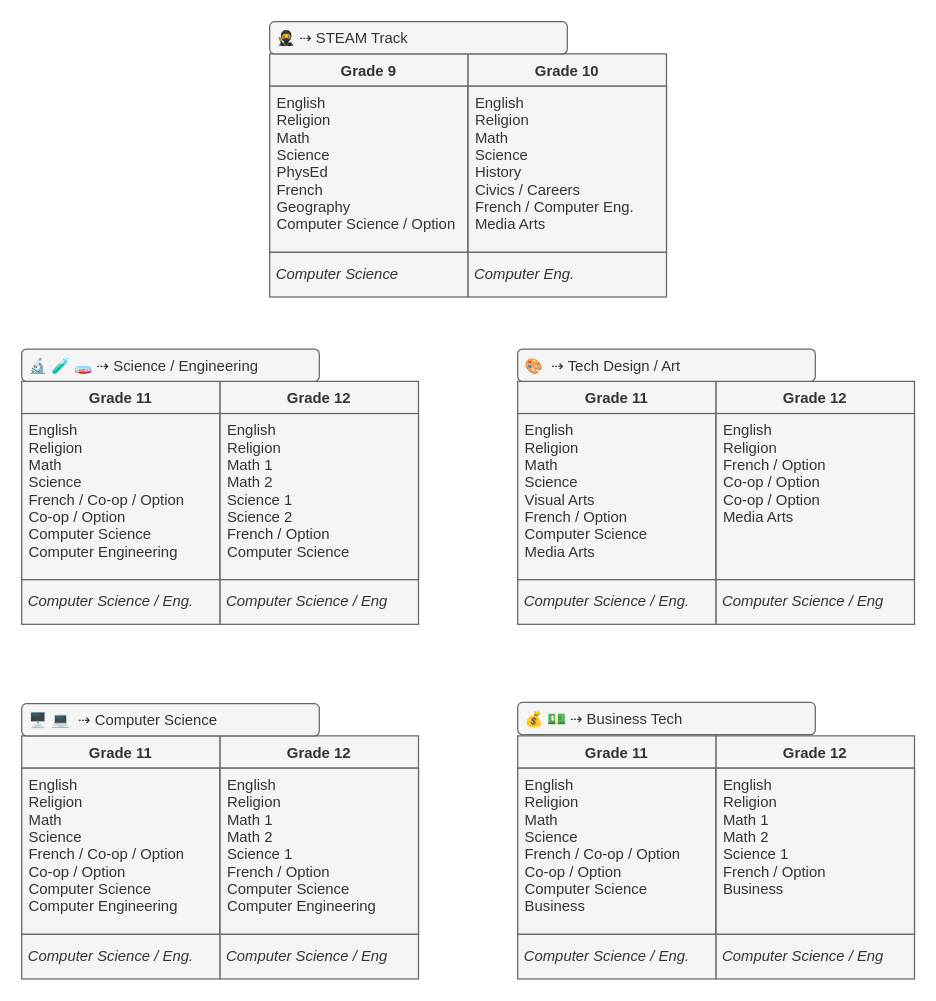
Above: STEAM.drawio in Mr-Coxall/STEAM (draw.io), before the change. Source tidied: cells renumbered, new cells numbered last; positions are measured from the earlier drawing's top-left corner, leaving out a move shared by most shapes. Both pictures are drawn from the tidied source at 124%, with x=0, y=0 at pixel (21, 21).
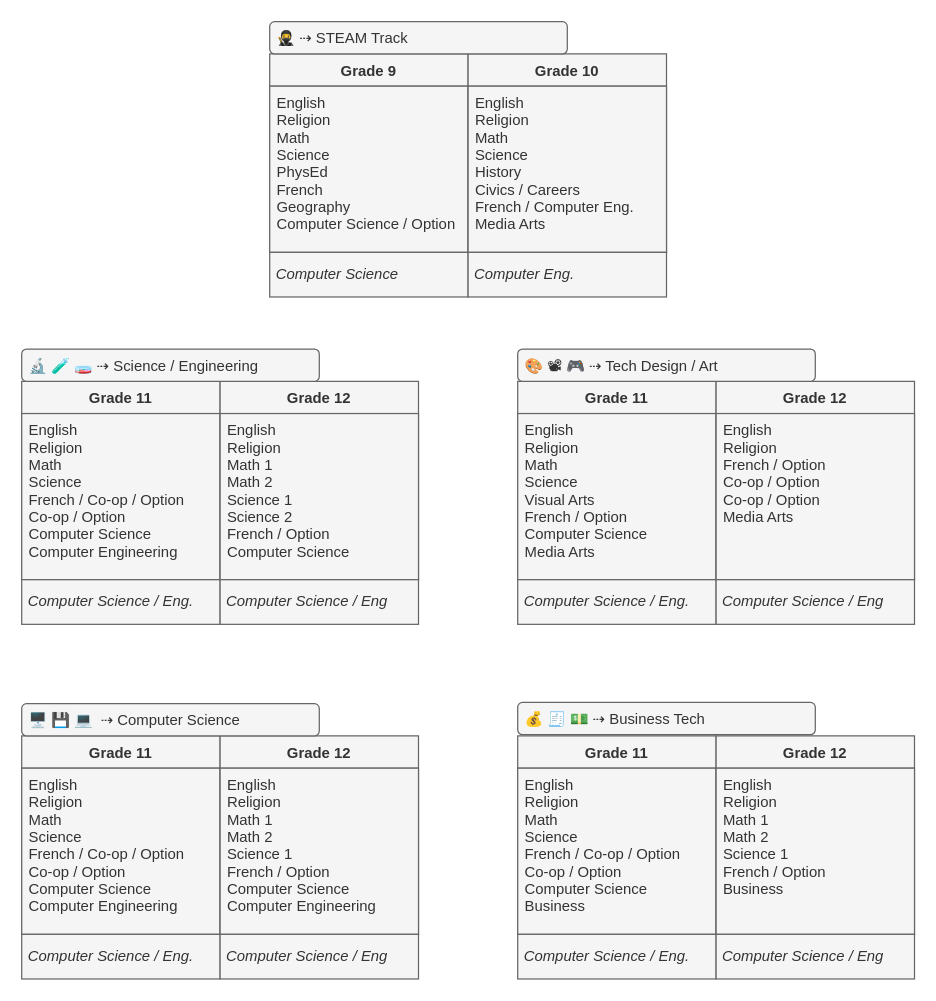
The same diagram, later.

What changed in the source:
```diff
@@
-    <mxCell id="35" value="🎨  ⇢ Tech Design / Art" style="text;strokeColor=#666666;fillColor=#f5f5f5;align=left;verticalAlign=top;spacingLeft=4;spacingRight=4;overflow=hidden;fontColor=#333333;rounded=1;" parent="1" vertex="1">
+    <mxCell id="35" value="🎨 📽 🎮 ⇢ Tech Design / Art" style="text;strokeColor=#666666;fillColor=#f5f5f5;align=left;verticalAlign=top;spacingLeft=4;spacingRight=4;overflow=hidden;fontColor=#333333;rounded=1;" parent="1" vertex="1">
       <mxGeometry x="400" y="264" width="240" height="26" as="geometry" />
     </mxCell>
-    <mxCell id="36" value="🖥️ 💻  ⇢ Computer Science" style="text;strokeColor=#666666;fillColor=#f5f5f5;align=left;verticalAlign=top;spacingLeft=4;spacingRight=4;overflow=hidden;fontColor=#333333;rounded=1;" parent="1" vertex="1">
+    <mxCell id="36" value="🖥️ 💾 💻  ⇢ Computer Science" style="text;strokeColor=#666666;fillColor=#f5f5f5;align=left;verticalAlign=top;spacingLeft=4;spacingRight=4;overflow=hidden;fontColor=#333333;rounded=1;" parent="1" vertex="1">
       <mxGeometry y="550" width="240" height="26" as="geometry" />
     </mxCell>
-    <mxCell id="37" value="💰 💵 ⇢ Business Tech" style="text;strokeColor=#666666;fillColor=#f5f5f5;align=left;verticalAlign=top;spacingLeft=4;spacingRight=4;overflow=hidden;fontColor=#333333;rounded=1;" parent="1" vertex="1">
+    <mxCell id="37" value="💰 🧾 💵 ⇢ Business Tech" style="text;strokeColor=#666666;fillColor=#f5f5f5;align=left;verticalAlign=top;spacingLeft=4;spacingRight=4;overflow=hidden;fontColor=#333333;rounded=1;" parent="1" vertex="1">
       <mxGeometry x="400" y="549" width="240" height="26" as="geometry" />
     </mxCell>
```
